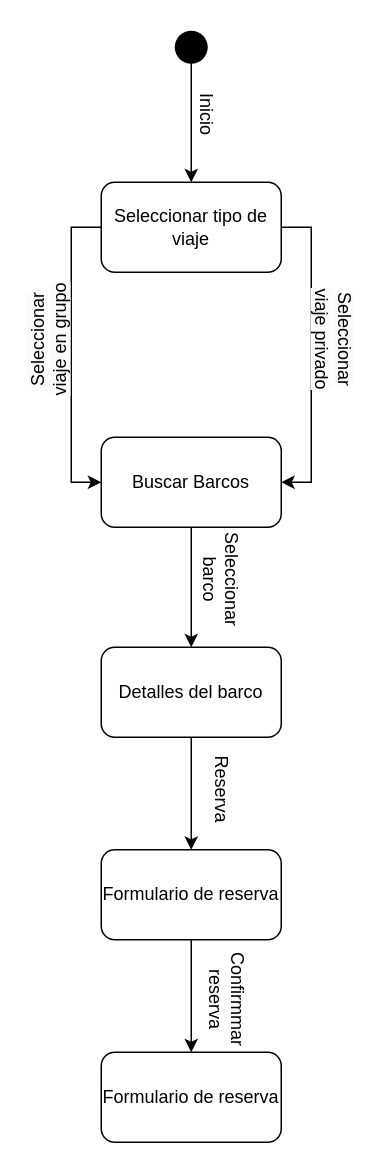
joam6/Sailing_XaJo keeps this draw.io diagram as Diagramas/Estat_XaJo.drawio. Above is the earlier version. Source tidied: cells renumbered, new cells numbered last; positions are measured from the earlier drawing's top-left corner, leaving out a move shared by most shapes. Both pictures are drawn from the tidied source at 150%, with x=0, y=0 at pixel (-20, 32).
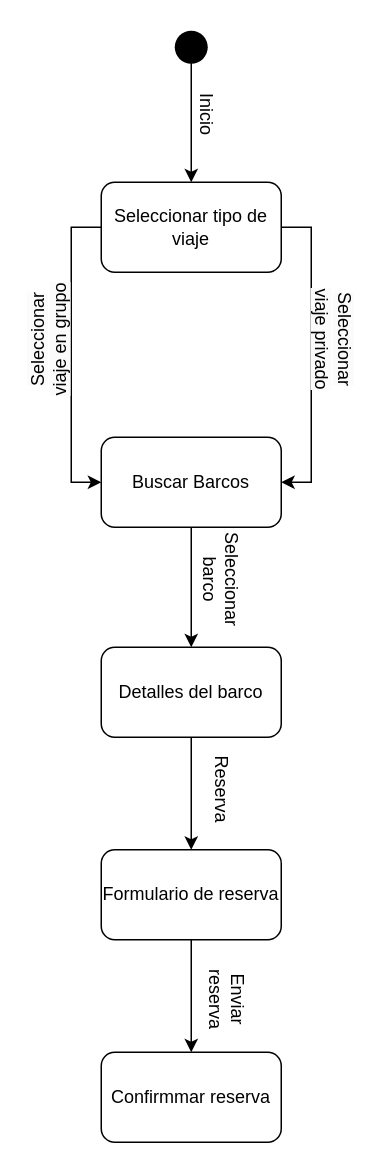
Above is the later version.

Change to the diagram source:
```diff
@@
 <mxGraphModel>
   <root>
     <mxCell id="0" />
     <mxCell id="1" parent="0" />
     <mxCell id="2" style="edgeStyle=orthogonalEdgeStyle;rounded=0;jettySize=auto;html=1;entryX=0.5;entryY=0;entryDx=0;entryDy=0;" parent="1" edge="1" source="3" target="10">
       <mxGeometry relative="1" as="geometry" />
     </mxCell>
     <mxCell id="3" style="shape=waypoint;sketch=0;fillStyle=solid;size=6;points=[];fillColor=none;perimeter=centerPerimeter;snapToPoint=1;strokeWidth=9;" parent="1" vertex="1">
       <mxGeometry x="130" width="20" height="20" as="geometry" />
     </mxCell>
     <mxCell id="4" value="Detalles del barco" style="rounded=1;whiteSpace=wrap;html=1;" parent="1" vertex="1">
       <mxGeometry x="80" y="410" width="120" height="60" as="geometry" />
     </mxCell>
     <mxCell id="5" style="edgeStyle=orthogonalEdgeStyle;rounded=0;jettySize=auto;html=1;exitX=0.5;exitY=1;exitDx=0;exitDy=0;entryX=0.5;entryY=0;entryDx=0;entryDy=0;" parent="1" edge="1" source="6" target="18">
       <mxGeometry relative="1" as="geometry" />
     </mxCell>
     <mxCell id="6" value="Formulario de reserva" style="rounded=1;whiteSpace=wrap;html=1;" parent="1" vertex="1">
       <mxGeometry x="80" y="545" width="120" height="60" as="geometry" />
     </mxCell>
     <mxCell id="7" style="endArrow=classic;html=1;rounded=0;entryX=0.5;entryY=0;entryDx=0;entryDy=0;exitX=0.5;exitY=1;exitDx=0;exitDy=0;" parent="1" edge="1" source="4" target="6">
       <mxGeometry relative="1" as="geometry" />
     </mxCell>
     <mxCell id="8" style="edgeStyle=orthogonalEdgeStyle;rounded=0;jettySize=auto;html=1;exitX=0;exitY=0.5;exitDx=0;exitDy=0;entryX=0;entryY=0.5;entryDx=0;entryDy=0;" parent="1" edge="1" source="10" target="12">
       <mxGeometry relative="1" as="geometry" />
     </mxCell>
     <mxCell id="9" style="edgeStyle=orthogonalEdgeStyle;rounded=0;jettySize=auto;html=1;exitX=1;exitY=0.5;exitDx=0;exitDy=0;entryX=1;entryY=0.5;entryDx=0;entryDy=0;" parent="1" edge="1" source="10" target="12">
       <mxGeometry relative="1" as="geometry" />
     </mxCell>
     <mxCell id="10" value="Seleccionar tipo de viaje" style="rounded=1;whiteSpace=wrap;html=1;" parent="1" vertex="1">
       <mxGeometry x="80" y="100" width="120" height="60" as="geometry" />
     </mxCell>
     <mxCell id="11" style="edgeStyle=orthogonalEdgeStyle;rounded=0;jettySize=auto;html=1;exitX=0.5;exitY=1;exitDx=0;exitDy=0;entryX=0.5;entryY=0;entryDx=0;entryDy=0;" parent="1" edge="1" source="12" target="4">
       <mxGeometry relative="1" as="geometry" />
     </mxCell>
     <mxCell id="12" value="Buscar Barcos" style="rounded=1;whiteSpace=wrap;html=1;" parent="1" vertex="1">
       <mxGeometry x="80" y="270" width="120" height="60" as="geometry" />
     </mxCell>
     <mxCell id="13" value="&lt;span style=&quot;color: rgb(0, 0, 0); font-family: Helvetica; font-size: 12px; font-style: normal; font-variant-ligatures: normal; font-variant-caps: normal; font-weight: 400; letter-spacing: normal; orphans: 2; text-align: center; text-indent: 0px; text-transform: none; widows: 2; word-spacing: 0px; -webkit-text-stroke-width: 0px; white-space: normal; background-color: rgb(251, 251, 251); text-decoration-thickness: initial; text-decoration-style: initial; text-decoration-color: initial; display: inline !important; float: none;&quot;&gt;Seleccionar viaje en grupo&lt;/span&gt;" style="text;html=1;align=center;verticalAlign=middle;whiteSpace=wrap;rounded=0;rotation=270;" parent="1" vertex="1">
       <mxGeometry y="190" width="90" height="30" as="geometry" />
     </mxCell>
     <mxCell id="14" value="&lt;span style=&quot;color: rgb(0, 0, 0); font-family: Helvetica; font-size: 12px; font-style: normal; font-variant-ligatures: normal; font-variant-caps: normal; font-weight: 400; letter-spacing: normal; orphans: 2; text-align: center; text-indent: 0px; text-transform: none; widows: 2; word-spacing: 0px; -webkit-text-stroke-width: 0px; white-space: normal; background-color: rgb(251, 251, 251); text-decoration-thickness: initial; text-decoration-style: initial; text-decoration-color: initial; display: inline !important; float: none;&quot;&gt;Seleccionar viaje privado&lt;/span&gt;" style="text;html=1;align=center;verticalAlign=middle;whiteSpace=wrap;rounded=0;rotation=90;" parent="1" vertex="1">
       <mxGeometry x="190" y="190" width="90" height="30" as="geometry" />
     </mxCell>
     <mxCell id="15" value="Inicio" style="text;html=1;align=center;verticalAlign=middle;whiteSpace=wrap;rounded=0;rotation=90;" parent="1" vertex="1">
       <mxGeometry x="120" y="40" width="60" height="30" as="geometry" />
     </mxCell>
     <mxCell id="16" value="Seleccionar barco" style="text;html=1;align=center;verticalAlign=middle;whiteSpace=wrap;rounded=0;rotation=90;" parent="1" vertex="1">
       <mxGeometry x="130" y="350" width="60" height="30" as="geometry" />
     </mxCell>
     <mxCell id="17" value="Reserva" style="text;html=1;align=center;verticalAlign=middle;whiteSpace=wrap;rounded=0;rotation=90;" parent="1" vertex="1">
       <mxGeometry x="130" y="490" width="60" height="30" as="geometry" />
     </mxCell>
-    <mxCell id="18" value="Formulario de reserva" style="rounded=1;whiteSpace=wrap;html=1;" parent="1" vertex="1">
+    <mxCell id="18" value="Confirmmar reserva" style="rounded=1;whiteSpace=wrap;html=1;" parent="1" vertex="1">
       <mxGeometry x="80" y="680" width="120" height="60" as="geometry" />
     </mxCell>
-    <mxCell id="19" value="Confirmmar reserva" style="text;html=1;align=center;verticalAlign=middle;whiteSpace=wrap;rounded=0;rotation=90;" parent="1" vertex="1">
+    <mxCell id="19" value="Enviar reserva" style="text;html=1;align=center;verticalAlign=middle;whiteSpace=wrap;rounded=0;rotation=90;" parent="1" vertex="1">
       <mxGeometry x="134" y="630" width="60" height="30" as="geometry" />
     </mxCell>
   </root>
 </mxGraphModel>
```
